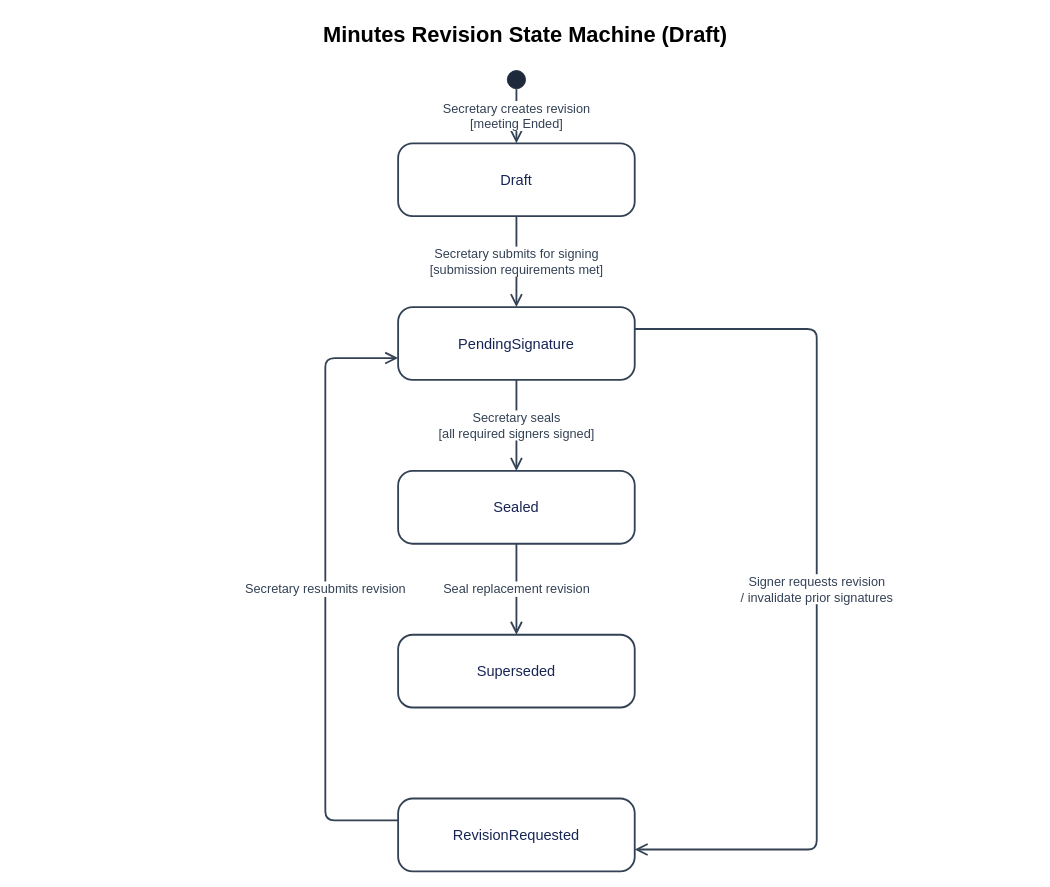
Before: docs/10-statemachine/SM-13_Minutes.drawio in callmehai/FU-FA26-G116, a draw.io diagram. Source tidied: cells renumbered, new cells numbered last; positions are measured from the earlier drawing's top-left corner, leaving out a move shared by most shapes. Both pictures are drawn from the tidied source at 91%, with x=0, y=0 at pixel (15, 15).
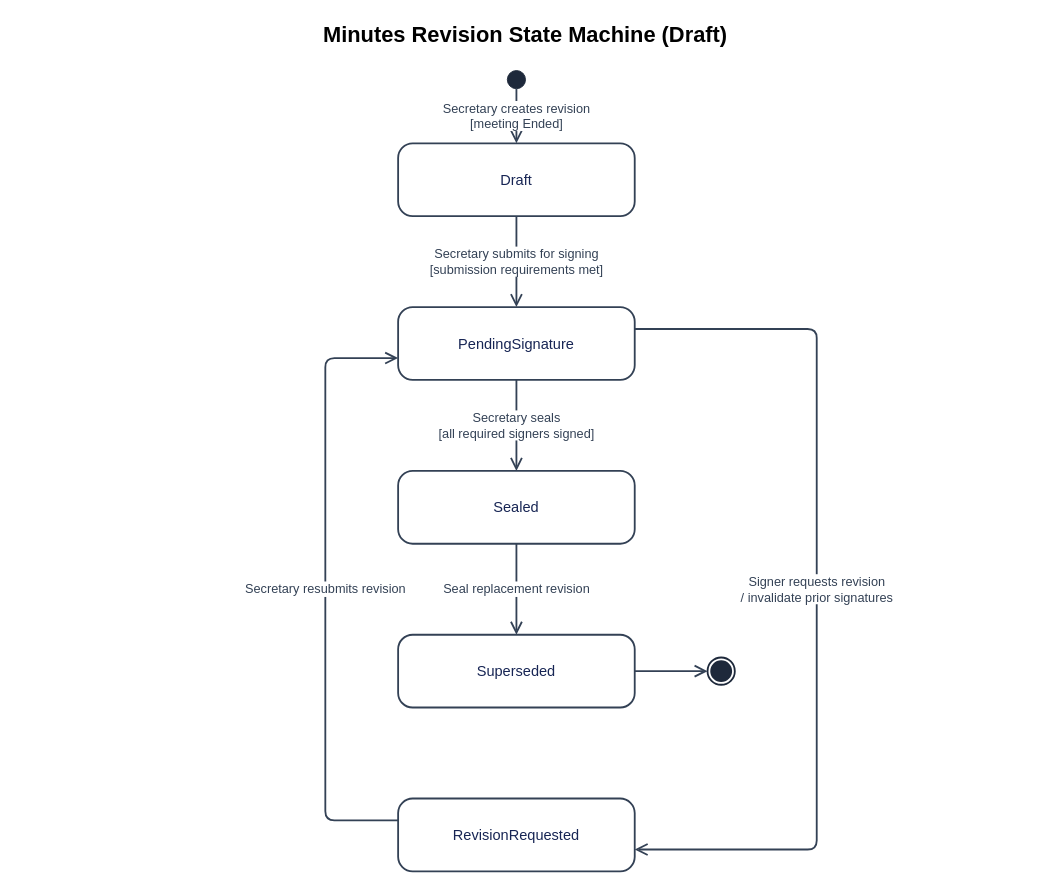
The same diagram, later.

The change refers to these unchanged cells:
```xml
<mxCell id="7" value="Superseded" style="html=1;whiteSpace=wrap;fontFamily=Arial;fontSize=16;rounded=1;arcSize=20;fillColor=#ffffff;strokeColor=#334155;fontColor=#172554;strokeWidth=2;" parent="1" vertex="1">
  <mxGeometry x="420" y="680" width="260" height="80" as="geometry" />
</mxCell>
```

The edit, as a diff of the source:
```diff
@@
+    <mxCell id="15" style="ellipse;html=1;shape=endState;fillColor=#1e293b;strokeColor=#1e293b;strokeWidth=2;" parent="1" vertex="1">
+      <mxGeometry x="760" y="705" width="30" height="30" as="geometry" />
+    </mxCell>
+    <mxCell id="16" style="edgeStyle=orthogonalEdgeStyle;rounded=1;jettySize=auto;html=1;endArrow=open;endSize=10;strokeWidth=2;strokeColor=#334155;exitX=1;exitY=0.5;entryX=0;entryY=0.5;" parent="1" edge="1" source="7" target="15">
+      <mxGeometry relative="1" as="geometry" />
+    </mxCell>
```
